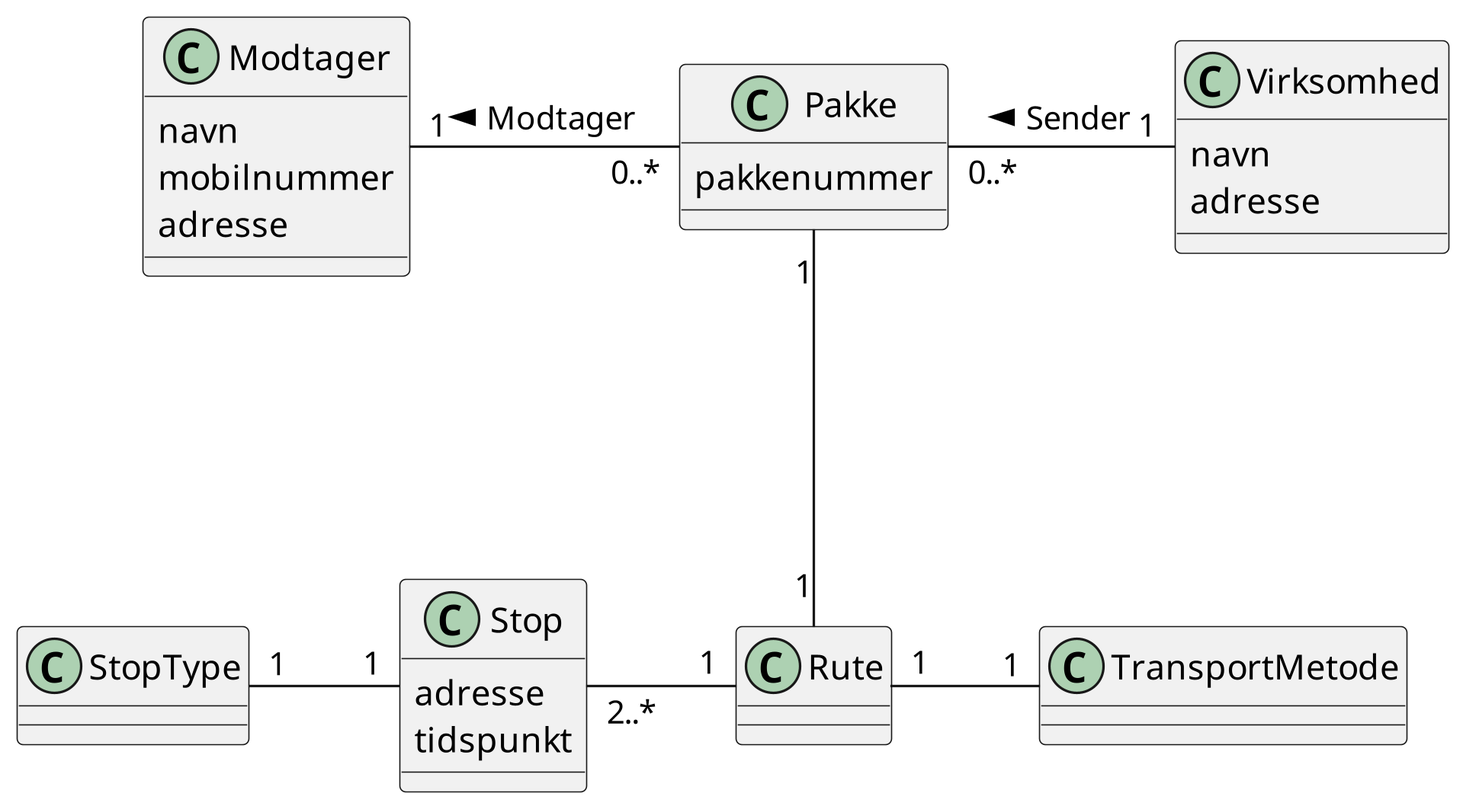
Earlier version of the PlantUML export diagram/domain-model.png (sofush/trace).
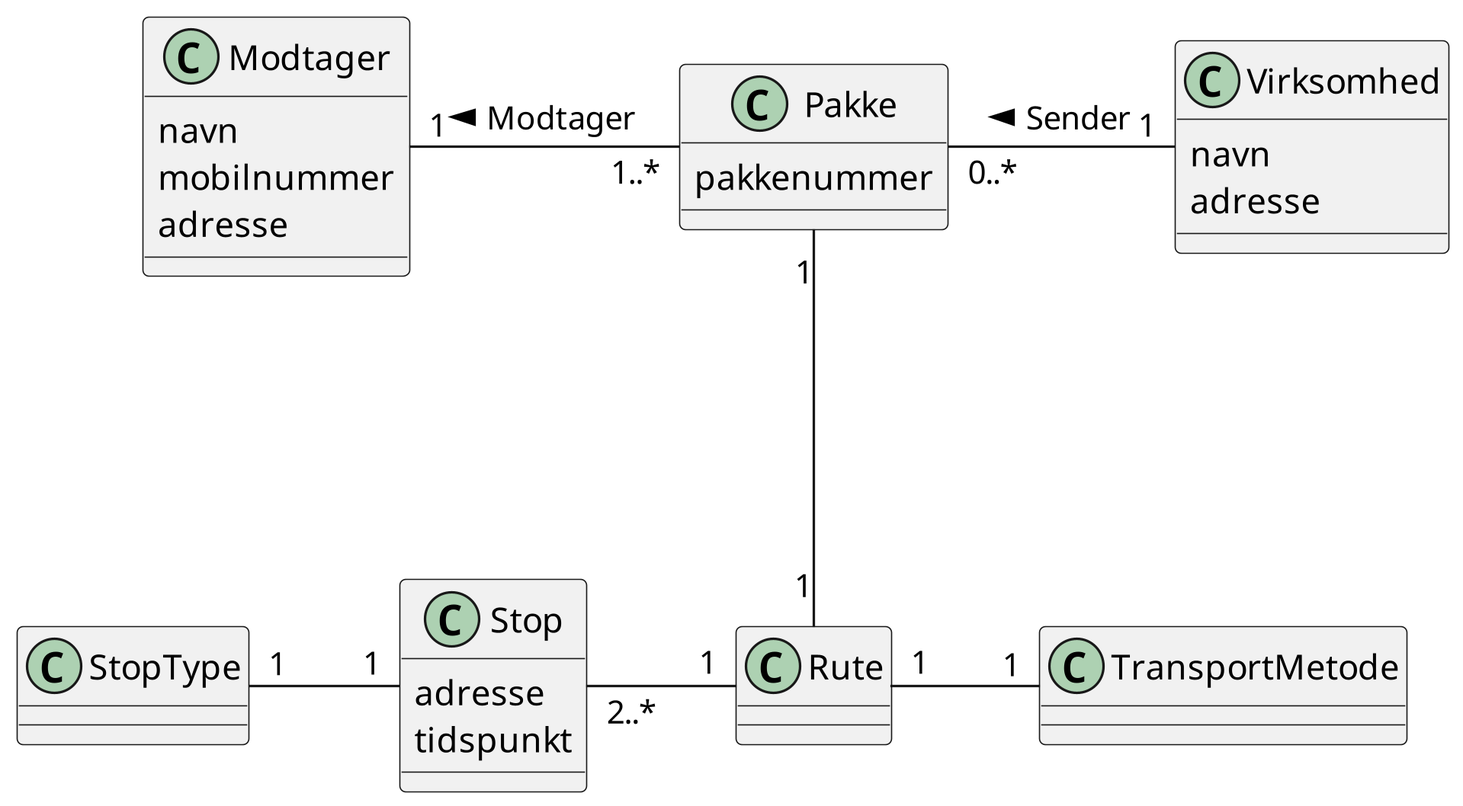
The same diagram one commit later.

Commit message:
fix: en-til-mange relation i modtager-pakke association

What changed in the source:
```diff
@@ -20,6 +20,6 @@
 TransportMetode "1" -left- "1" Rute : \t
 StopType "1" -right- "1" Stop : \t
 Pakke "1" --- "1" Rute
-Modtager "1" -right- "0..*" Pakke : < Modtager
+Modtager "1" -right- "1..*" Pakke : < Modtager
 Virksomhed "1" -left- "0..*" Pakke : > Sender
 @enduml
```
